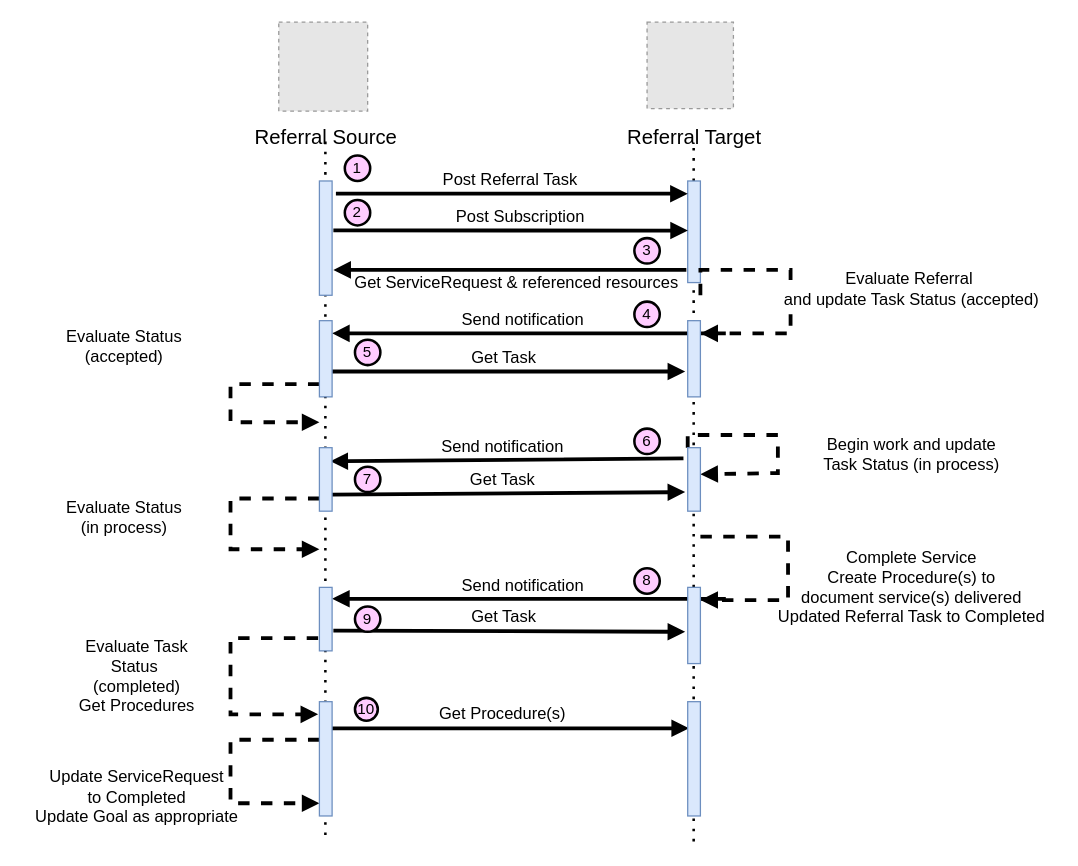
Above: Images Source/DetailedDirectReferral.drawio in HL7/fhir-sdoh-clinicalcare (draw.io), before the change. Source tidied: cells renumbered, new cells numbered last; positions are measured from the earlier drawing's top-left corner, leaving out a move shared by most shapes. Both pictures are drawn from the tidied source at 127%, with x=0, y=0 at pixel (22, 22). Pictures stored in the file or linked from it are replaced by grey dashed boxes.
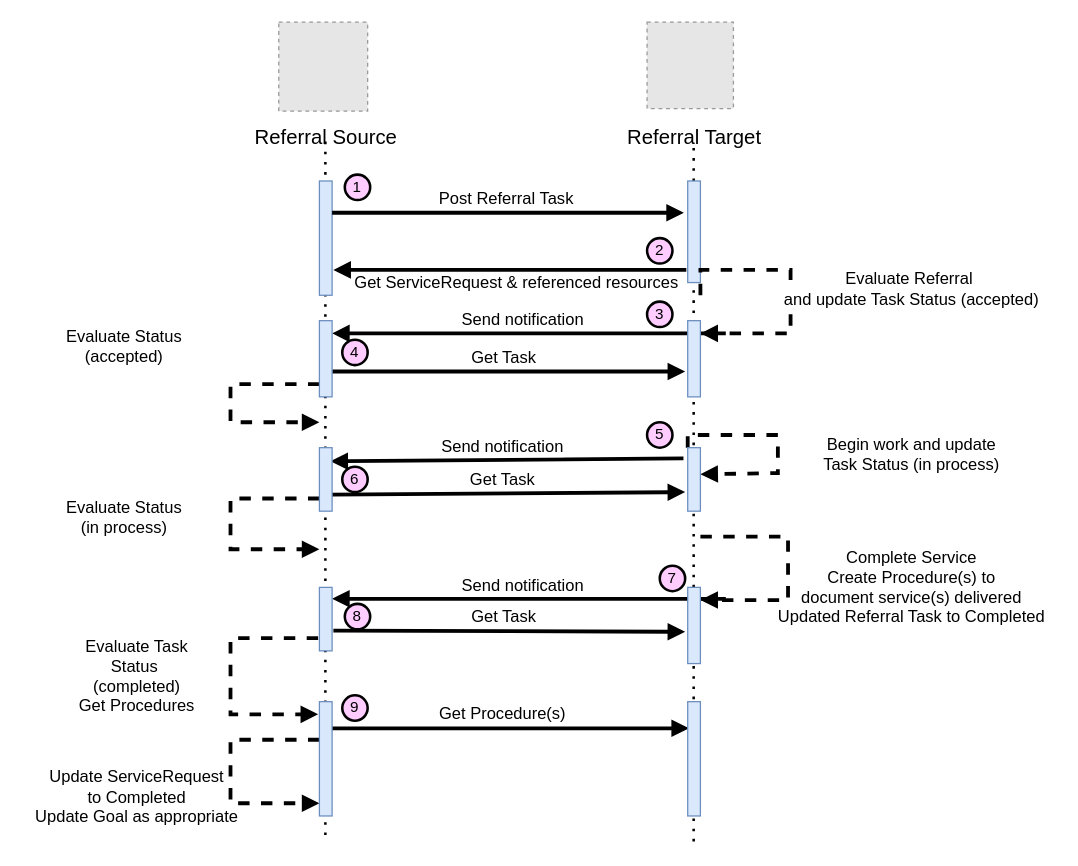
After the change.

The change refers to these unchanged cells:
```xml
<mxCell id="5" style="html=1;points=[];perimeter=orthogonalPerimeter;fillColor=#dae8fc;strokeColor=#6c8ebf;" parent="1" vertex="1">
  <mxGeometry x="234" y="125" width="10" height="90" as="geometry" />
</mxCell>
<mxCell id="6" style="html=1;points=[];perimeter=orthogonalPerimeter;fillColor=#dae8fc;strokeColor=#6c8ebf;" parent="1" vertex="1">
  <mxGeometry x="524" y="125" width="10" height="80" as="geometry" />
</mxCell>
```

What changed in the source:
```diff
@@
     <mxCell id="7" value="&lt;span style=&quot;font-size: 13px;&quot;&gt;Post Referral Task&lt;br style=&quot;font-size: 13px;&quot;&gt;&lt;/span&gt;" style="html=1;verticalAlign=bottom;endArrow=block;strokeWidth=3;fontSize=13;" parent="1" edge="1">
       <mxGeometry x="-0.01" relative="1" as="geometry">
-        <mxPoint x="247" y="135" as="sourcePoint" />
-        <mxPoint x="524" y="135" as="targetPoint" />
+        <mxPoint x="244" y="150" as="sourcePoint" />
+        <mxPoint x="521" y="150" as="targetPoint" />
         <Array as="points">
-          <mxPoint x="399" y="135" />
+          <mxPoint x="396" y="150" />
         </Array>
       </mxGeometry>
     </mxCell>
@@
-    <mxCell id="9" value="&lt;span style=&quot;font-size: 13px;&quot;&gt;Post Subscription&lt;br style=&quot;font-size: 13px;&quot;&gt;&lt;/span&gt;" style="html=1;verticalAlign=bottom;endArrow=block;entryX=0.014;entryY=0.488;entryDx=0;entryDy=0;entryPerimeter=0;strokeWidth=3;fontSize=13;exitX=1.1;exitY=0.433;exitDx=0;exitDy=0;exitPerimeter=0;" parent="1" edge="1" source="5" target="6">
-      <mxGeometry x="0.05" relative="1" as="geometry" />
-    </mxCell>
@@
-    <mxCell id="44" value="10" style="ellipse;whiteSpace=wrap;html=1;fontSize=12;fillColor=#FFCCFF;fontStyle=0;strokeWidth=2;" parent="1" vertex="1">
-      <mxGeometry x="262" y="532" width="18" height="18" as="geometry" />
-    </mxCell>
     <mxCell id="45" value="1" style="ellipse;whiteSpace=wrap;html=1;fontSize=12;fillColor=#FFCCFF;fontStyle=0;strokeWidth=2;" parent="1" vertex="1">
-      <mxGeometry x="254" y="105" width="20" height="20" as="geometry" />
+      <mxGeometry x="254" y="120" width="20" height="20" as="geometry" />
     </mxCell>
-    <mxCell id="46" value="2" style="ellipse;whiteSpace=wrap;html=1;fontSize=12;fillColor=#FFCCFF;fontStyle=0;strokeWidth=2;" parent="1" vertex="1">
-      <mxGeometry x="254" y="140" width="20" height="20" as="geometry" />
-    </mxCell>
     <mxCell id="47" value="4" style="ellipse;whiteSpace=wrap;html=1;fontSize=12;fillColor=#FFCCFF;fontStyle=0;strokeWidth=2;" parent="1" vertex="1">
-      <mxGeometry x="482" y="220" width="20" height="20" as="geometry" />
+      <mxGeometry x="252" y="250" width="20" height="20" as="geometry" />
     </mxCell>
     <mxCell id="48" value="3" style="ellipse;whiteSpace=wrap;html=1;fontSize=12;fillColor=#FFCCFF;fontStyle=0;strokeWidth=2;" parent="1" vertex="1">
-      <mxGeometry x="482" y="170" width="20" height="20" as="geometry" />
+      <mxGeometry x="492" y="220" width="20" height="20" as="geometry" />
     </mxCell>
     <mxCell id="49" value="5" style="ellipse;whiteSpace=wrap;html=1;fontSize=12;fillColor=#FFCCFF;fontStyle=0;strokeWidth=2;" parent="1" vertex="1">
-      <mxGeometry x="262" y="250" width="20" height="20" as="geometry" />
+      <mxGeometry x="492" y="315" width="20" height="20" as="geometry" />
     </mxCell>
     <mxCell id="50" value="6" style="ellipse;whiteSpace=wrap;html=1;fontSize=12;fillColor=#FFCCFF;fontStyle=0;strokeWidth=2;" parent="1" vertex="1">
-      <mxGeometry x="482" y="320" width="20" height="20" as="geometry" />
+      <mxGeometry x="252" y="350" width="20" height="20" as="geometry" />
     </mxCell>
     <mxCell id="51" value="7" style="ellipse;whiteSpace=wrap;html=1;fontSize=12;fillColor=#FFCCFF;fontStyle=0;strokeWidth=2;" parent="1" vertex="1">
-      <mxGeometry x="262" y="350" width="20" height="20" as="geometry" />
+      <mxGeometry x="502" y="428" width="20" height="20" as="geometry" />
     </mxCell>
     <mxCell id="52" value="8" style="ellipse;whiteSpace=wrap;html=1;fontSize=12;fillColor=#FFCCFF;fontStyle=0;strokeWidth=2;" parent="1" vertex="1">
-      <mxGeometry x="482" y="430" width="20" height="20" as="geometry" />
+      <mxGeometry x="254" y="458" width="20" height="20" as="geometry" />
     </mxCell>
     <mxCell id="53" value="9" style="ellipse;whiteSpace=wrap;html=1;fontSize=12;fillColor=#FFCCFF;fontStyle=0;strokeWidth=2;" parent="1" vertex="1">
-      <mxGeometry x="262" y="460" width="20" height="20" as="geometry" />
+      <mxGeometry x="252" y="530" width="20" height="20" as="geometry" />
     </mxCell>
+    <mxCell id="46" value="2" style="ellipse;whiteSpace=wrap;html=1;fontSize=12;fillColor=#FFCCFF;fontStyle=0;strokeWidth=2;" parent="1" vertex="1">
+      <mxGeometry x="492" y="170" width="20" height="20" as="geometry" />
+    </mxCell>
```
